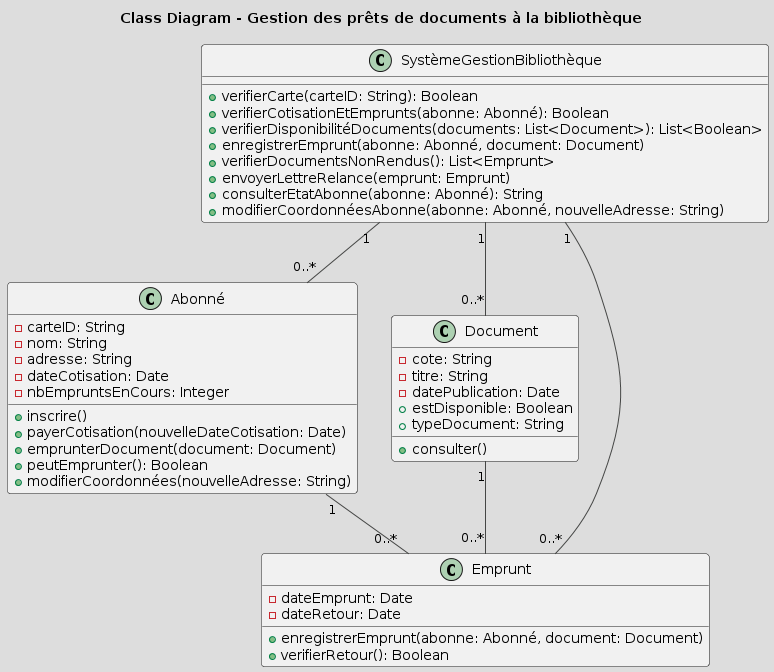
Above: asset/diagramme_classe.png in clemence95/CDA24178 (PlantUML), before the change. The source it was exported from:
```plantuml
@startuml
!theme toy
title Class Diagram - Gestion des prêts de documents à la bibliothèque

class Abonné {
    - carteID: String
    - nom: String
    - adresse: String
    - dateCotisation: Date
    - nbEmpruntsEnCours: Integer
    + inscrire()
    + payerCotisation(nouvelleDateCotisation: Date)
    + emprunterDocument(document: Document)
    + peutEmprunter(): Boolean
    + modifierCoordonnées(nouvelleAdresse: String)
}

class Document {
    - cote: String
    - titre: String
    - datePublication: Date
    + estDisponible: Boolean
    + typeDocument: String
    + consulter()
}

class Emprunt {
    - dateEmprunt: Date
    - dateRetour: Date
    + enregistrerEmprunt(abonne: Abonné, document: Document)
    + verifierRetour(): Boolean
}

class SystèmeGestionBibliothèque {
    + verifierCarte(carteID: String): Boolean
    + verifierCotisationEtEmprunts(abonne: Abonné): Boolean
    + verifierDisponibilitéDocuments(documents: List<Document>): List<Boolean>
    + enregistrerEmprunt(abonne: Abonné, document: Document)
    + verifierDocumentsNonRendus(): List<Emprunt>
    + envoyerLettreRelance(emprunt: Emprunt)
    + consulterEtatAbonne(abonne: Abonné): String
    + modifierCoordonnéesAbonne(abonne: Abonné, nouvelleAdresse: String)
}

Abonné "1" -- "0..*" Emprunt
Document "1" -- "0..*" Emprunt
SystèmeGestionBibliothèque "1" -- "0..*" Abonné
SystèmeGestionBibliothèque "1" -- "0..*" Document
SystèmeGestionBibliothèque "1" -- "0..*" Emprunt
@enduml
```
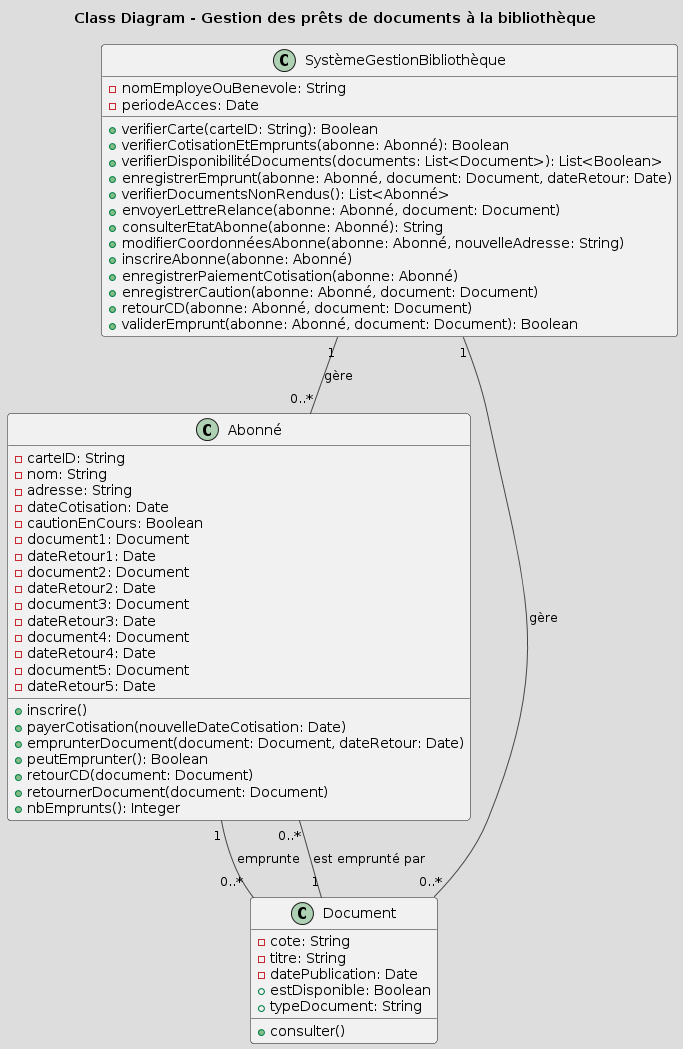
The same diagram one commit later.

Diff of the diagram source:
```diff
@@ -7,12 +7,24 @@
     - nom: String
     - adresse: String
     - dateCotisation: Date
-    - nbEmpruntsEnCours: Integer
+    - cautionEnCours: Boolean
+    - document1: Document
+    - dateRetour1: Date
+    - document2: Document
+    - dateRetour2: Date
+    - document3: Document
+    - dateRetour3: Date
+    - document4: Document
+    - dateRetour4: Date
+    - document5: Document
+    - dateRetour5: Date
     + inscrire()
     + payerCotisation(nouvelleDateCotisation: Date)
-    + emprunterDocument(document: Document)
+    + emprunterDocument(document: Document, dateRetour: Date)
     + peutEmprunter(): Boolean
-    + modifierCoordonnées(nouvelleAdresse: String)
+    + retourCD(document: Document)
+    + retournerDocument(document: Document)
+    + nbEmprunts(): Integer
 }
 
 class Document {
@@ -24,27 +36,26 @@
     + consulter()
 }
 
-class Emprunt {
-    - dateEmprunt: Date
-    - dateRetour: Date
-    + enregistrerEmprunt(abonne: Abonné, document: Document)
-    + verifierRetour(): Boolean
-}
-
 class SystèmeGestionBibliothèque {
+    - nomEmployeOuBenevole: String
+    - periodeAcces: Date
     + verifierCarte(carteID: String): Boolean
     + verifierCotisationEtEmprunts(abonne: Abonné): Boolean
     + verifierDisponibilitéDocuments(documents: List<Document>): List<Boolean>
-    + enregistrerEmprunt(abonne: Abonné, document: Document)
-    + verifierDocumentsNonRendus(): List<Emprunt>
-    + envoyerLettreRelance(emprunt: Emprunt)
+    + enregistrerEmprunt(abonne: Abonné, document: Document, dateRetour: Date)
+    + verifierDocumentsNonRendus(): List<Abonné>
+    + envoyerLettreRelance(abonne: Abonné, document: Document)
     + consulterEtatAbonne(abonne: Abonné): String
     + modifierCoordonnéesAbonne(abonne: Abonné, nouvelleAdresse: String)
+    + inscrireAbonne(abonne: Abonné)
+    + enregistrerPaiementCotisation(abonne: Abonné)
+    + enregistrerCaution(abonne: Abonné, document: Document)
+    + retourCD(abonne: Abonné, document: Document)
+    + validerEmprunt(abonne: Abonné, document: Document): Boolean
 }
 
-Abonné "1" -- "0..*" Emprunt
-Document "1" -- "0..*" Emprunt
-SystèmeGestionBibliothèque "1" -- "0..*" Abonné
-SystèmeGestionBibliothèque "1" -- "0..*" Document
-SystèmeGestionBibliothèque "1" -- "0..*" Emprunt
+Abonné "1" -- "0..*" Document : emprunte
+Document "1" -- "0..*" Abonné : est emprunté par
+SystèmeGestionBibliothèque "1" -- "0..*" Abonné : gère
+SystèmeGestionBibliothèque "1" -- "0..*" Document : gère
 @enduml
```
